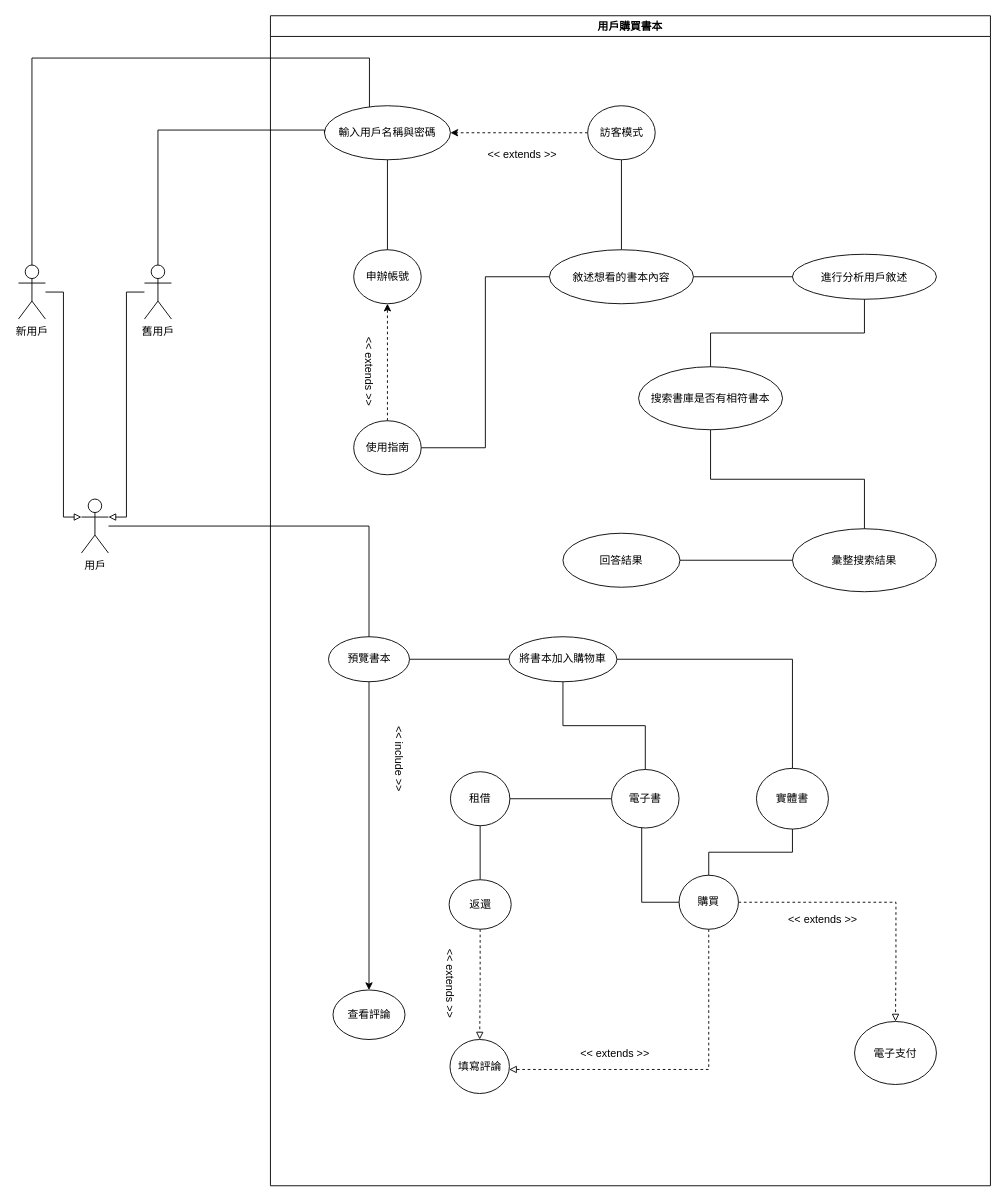
Earlier version of the draw.io diagram diagrams/未命名绘图.drawio (SparrowTen/OpenShop). Source tidied: cells renumbered, new cells numbered last; positions are measured from the earlier drawing's top-left corner, leaving out a move shared by most shapes. Both pictures are drawn from the tidied source at 90%, with x=0, y=0 at pixel (18, 15).
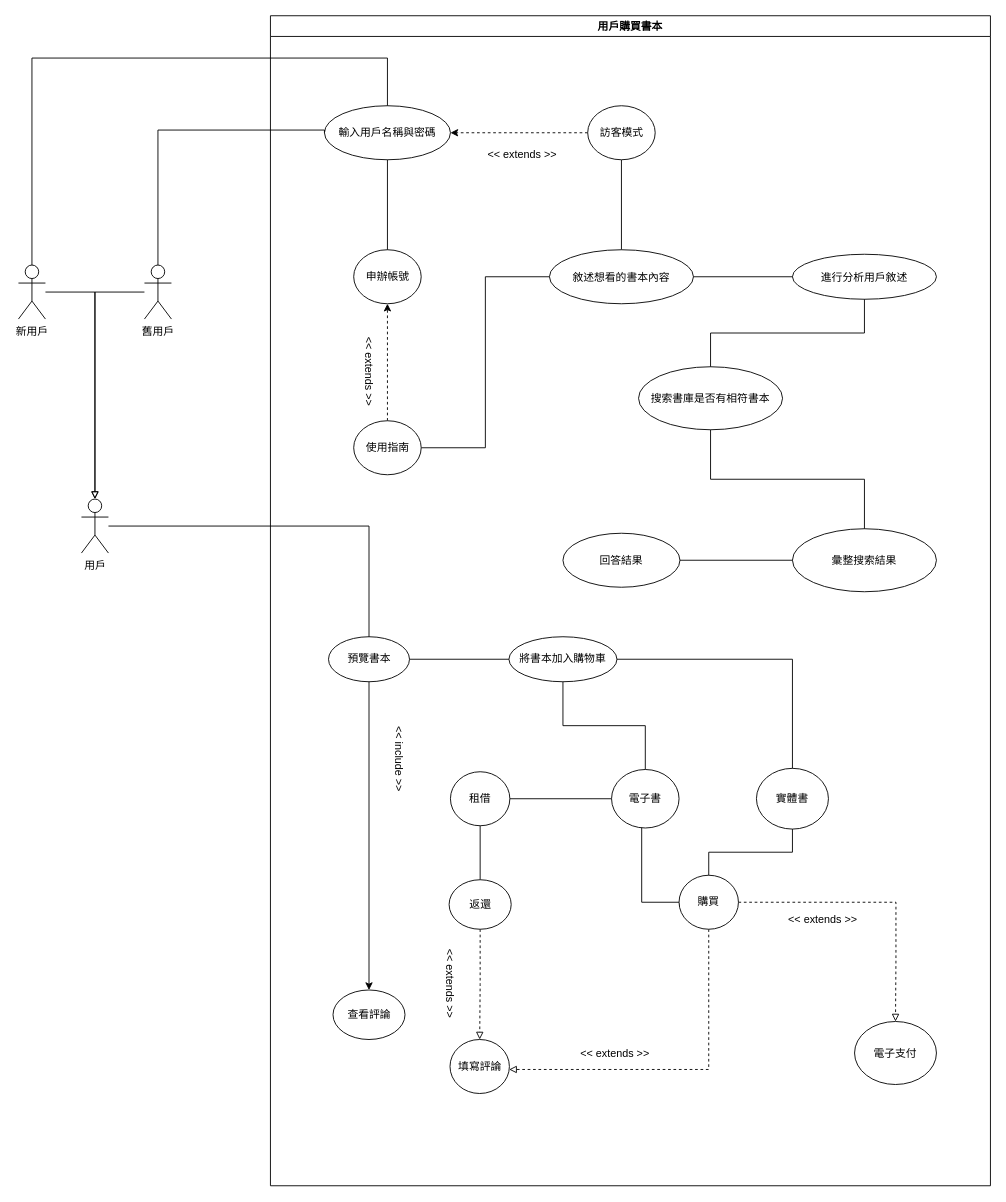
The same diagram, later.

Commit message (it also covers changes not shown here):
更新未命名绘图.drawio

The change refers to these unchanged cells:
```xml
<mxCell id="3" value="輸入用戶名稱與密碼" style="ellipse;whiteSpace=wrap;html=1;" parent="2" vertex="1">
  <mxGeometry x="60" y="100" width="140" height="60" as="geometry" />
</mxCell>
<mxCell id="49" value="舊用戶" style="shape=umlActor;verticalLabelPosition=bottom;verticalAlign=top;html=1;outlineConnect=0;" parent="1" vertex="1">
  <mxGeometry x="140" y="277" width="30" height="60" as="geometry" />
</mxCell>
<mxCell id="51" value="用戶" style="shape=umlActor;verticalLabelPosition=bottom;verticalAlign=top;html=1;outlineConnect=0;" parent="1" vertex="1">
  <mxGeometry x="70" y="537" width="30" height="60" as="geometry" />
</mxCell>
<mxCell id="53" value="新用戶" style="shape=umlActor;verticalLabelPosition=bottom;verticalAlign=top;html=1;outlineConnect=0;" parent="1" vertex="1">
  <mxGeometry y="277" width="30" height="60" as="geometry" />
</mxCell>
```

Change to the diagram source:
```diff
@@
-    <mxCell id="48" style="edgeStyle=orthogonalEdgeStyle;rounded=0;jettySize=auto;html=1;entryX=1;entryY=0.3333333333333333;entryDx=0;entryDy=0;entryPerimeter=0;endArrow=block;endFill=0;" parent="1" edge="1" source="49" target="51">
+    <mxCell id="48" style="edgeStyle=orthogonalEdgeStyle;rounded=0;jettySize=auto;html=1;endArrow=block;endFill=0;" parent="1" edge="1" source="49" target="51">
       <mxGeometry relative="1" as="geometry" />
     </mxCell>
@@
-    <mxCell id="52" style="edgeStyle=orthogonalEdgeStyle;rounded=0;jettySize=auto;html=1;entryX=0;entryY=0.3333333333333333;entryDx=0;entryDy=0;entryPerimeter=0;endArrow=block;endFill=0;" parent="1" edge="1" source="53" target="51">
-      <mxGeometry relative="1" as="geometry" />
+    <mxCell id="52" style="edgeStyle=orthogonalEdgeStyle;rounded=0;jettySize=auto;html=1;endArrow=block;endFill=0;" parent="1" edge="1" source="53" target="51">
+      <mxGeometry relative="1" as="geometry">
+        <Array as="points">
+          <mxPoint x="85" y="307" />
+        </Array>
+      </mxGeometry>
     </mxCell>
@@
     <mxCell id="54" style="edgeStyle=orthogonalEdgeStyle;rounded=0;jettySize=auto;html=1;entryX=0.5;entryY=0;entryDx=0;entryDy=0;entryPerimeter=0;endArrow=none;endFill=0;" parent="1" edge="1" source="3" target="53">
       <mxGeometry relative="1" as="geometry">
         <Array as="points">
-          <mxPoint x="390" y="47" />
+          <mxPoint x="410" y="47" />
           <mxPoint x="15" y="47" />
         </Array>
       </mxGeometry>
     </mxCell>
```
